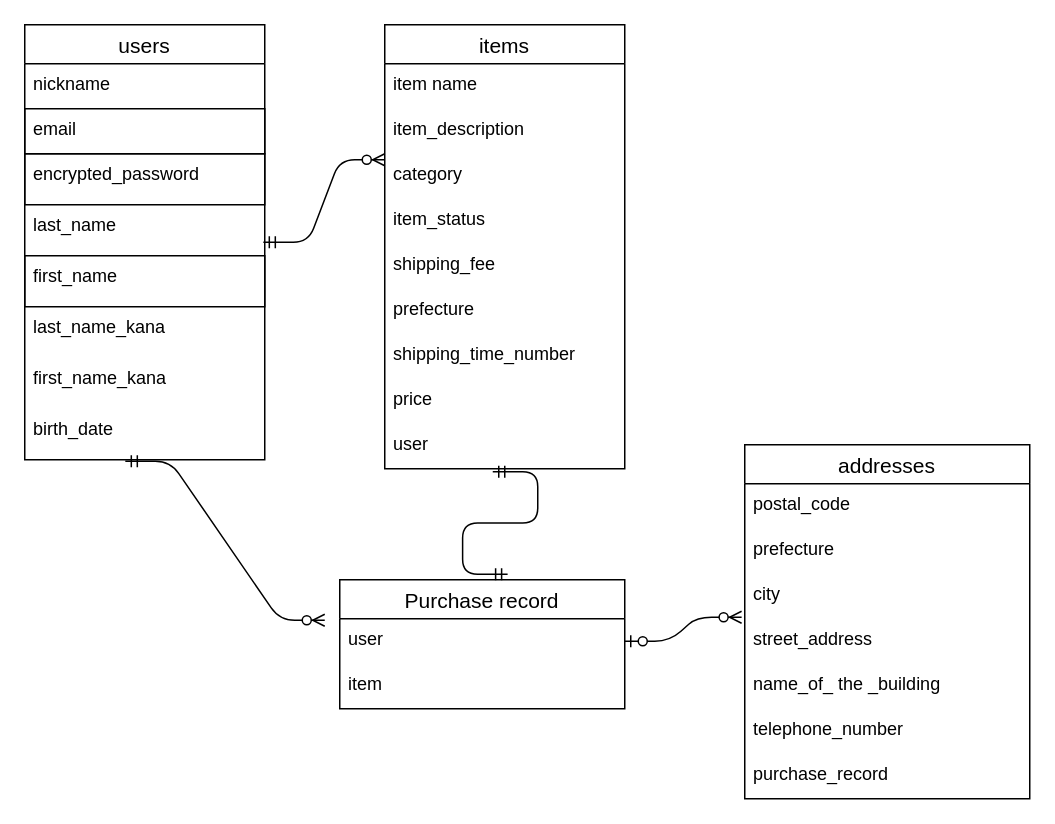
Above: furima.dio in TakumaYmamoto/furima-37828 (draw.io), before the change. Source tidied: cells renumbered, new cells numbered last; positions are measured from the earlier drawing's top-left corner, leaving out a move shared by most shapes. Both pictures are drawn from the tidied source at 150%, with x=0, y=0 at pixel (24, 24).
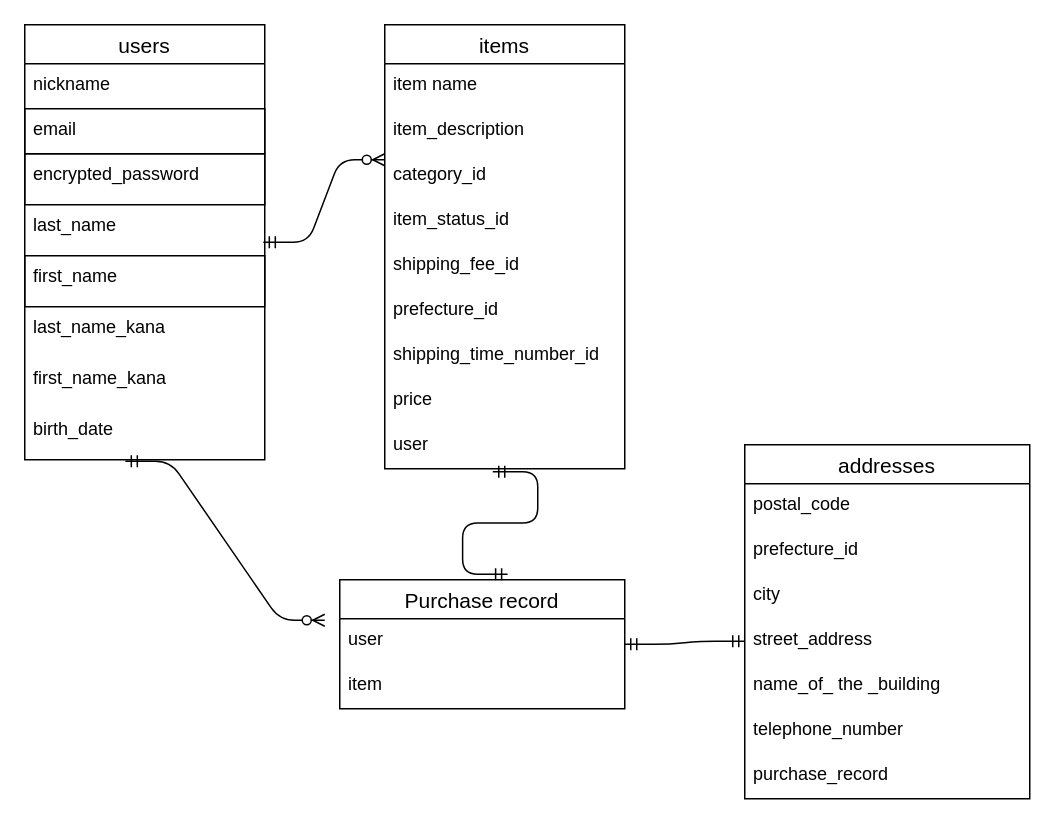
Above is the later version.

Unchanged cells that the change refers to:
```xml
<mxCell id="11" value="items" style="swimlane;fontStyle=0;horizontal=1;startSize=26;align=center;fontSize=14;" parent="1" vertex="1">
  <mxGeometry x="240" width="160" height="296" as="geometry" />
</mxCell>
<mxCell id="21" value="Purchase record" style="swimlane;fontStyle=0;horizontal=1;startSize=26;align=center;fontSize=14;strokeColor=default;strokeWidth=1;" parent="1" vertex="1">
  <mxGeometry x="210" y="370" width="190" height="86" as="geometry" />
</mxCell>
<mxCell id="22" value="user" style="text;strokeColor=none;fillColor=none;spacingLeft=4;spacingRight=4;overflow=hidden;points=[[0,0.5],[1,0.5]];portConstraint=eastwest;fontSize=12;" parent="21" vertex="1">
  <mxGeometry y="26" width="190" height="30" as="geometry" />
</mxCell>
<mxCell id="24" value="addresses" style="swimlane;fontStyle=0;horizontal=1;startSize=26;align=center;fontSize=14;strokeColor=default;strokeWidth=1;labelBackgroundColor=default;" parent="1" vertex="1">
  <mxGeometry x="480" y="280" width="190" height="236" as="geometry" />
</mxCell>
<mxCell id="28" value="street_address" style="text;strokeColor=none;fillColor=none;spacingLeft=4;spacingRight=4;overflow=hidden;points=[[0,0.5],[1,0.5]];portConstraint=eastwest;fontSize=12;" parent="24" vertex="1">
  <mxGeometry y="116" width="190" height="30" as="geometry" />
</mxCell>
```

What changed in the source:
```diff
@@
-    <mxCell id="14" value="category" style="text;strokeColor=none;fillColor=none;spacingLeft=4;spacingRight=4;overflow=hidden;points=[[0,0.5],[1,0.5]];portConstraint=eastwest;fontSize=12;" parent="11" vertex="1">
+    <mxCell id="14" value="category_id" style="text;strokeColor=none;fillColor=none;spacingLeft=4;spacingRight=4;overflow=hidden;points=[[0,0.5],[1,0.5]];portConstraint=eastwest;fontSize=12;" parent="11" vertex="1">
       <mxGeometry y="86" width="160" height="30" as="geometry" />
     </mxCell>
-    <mxCell id="15" value="item_status" style="text;strokeColor=none;fillColor=none;spacingLeft=4;spacingRight=4;overflow=hidden;fontSize=12;" parent="11" vertex="1">
+    <mxCell id="15" value="item_status_id" style="text;strokeColor=none;fillColor=none;spacingLeft=4;spacingRight=4;overflow=hidden;fontSize=12;" parent="11" vertex="1">
       <mxGeometry y="116" width="160" height="30" as="geometry" />
     </mxCell>
-    <mxCell id="16" value="shipping_fee" style="text;strokeColor=none;fillColor=none;spacingLeft=4;spacingRight=4;overflow=hidden;fontSize=12;" parent="11" vertex="1">
+    <mxCell id="16" value="shipping_fee_id" style="text;strokeColor=none;fillColor=none;spacingLeft=4;spacingRight=4;overflow=hidden;fontSize=12;" parent="11" vertex="1">
       <mxGeometry y="146" width="160" height="30" as="geometry" />
     </mxCell>
-    <mxCell id="17" value="prefecture" style="text;strokeColor=none;fillColor=none;spacingLeft=4;spacingRight=4;overflow=hidden;fontSize=12;align=left;" parent="11" vertex="1">
+    <mxCell id="17" value="prefecture_id" style="text;strokeColor=none;fillColor=none;spacingLeft=4;spacingRight=4;overflow=hidden;fontSize=12;align=left;" parent="11" vertex="1">
       <mxGeometry y="176" width="160" height="30" as="geometry" />
     </mxCell>
-    <mxCell id="18" value="shipping_time_number" style="text;strokeColor=none;fillColor=none;spacingLeft=4;spacingRight=4;overflow=hidden;fontSize=12;" parent="11" vertex="1">
+    <mxCell id="18" value="shipping_time_number_id" style="text;strokeColor=none;fillColor=none;spacingLeft=4;spacingRight=4;overflow=hidden;fontSize=12;" parent="11" vertex="1">
       <mxGeometry y="206" width="160" height="30" as="geometry" />
     </mxCell>
@@
-    <mxCell id="26" value="prefecture" style="text;strokeColor=none;fillColor=none;spacingLeft=4;spacingRight=4;overflow=hidden;fontSize=12;align=left;" parent="24" vertex="1">
+    <mxCell id="26" value="prefecture_id" style="text;strokeColor=none;fillColor=none;spacingLeft=4;spacingRight=4;overflow=hidden;fontSize=12;align=left;" parent="24" vertex="1">
       <mxGeometry y="56" width="190" height="30" as="geometry" />
     </mxCell>
@@
-    <mxCell id="35" style="edgeStyle=entityRelationEdgeStyle;fontSize=12;html=1;endArrow=ERzeroToMany;startArrow=ERzeroToOne;exitX=1;exitY=0.5;exitDx=0;exitDy=0;entryX=-0.011;entryY=-0.033;entryDx=0;entryDy=0;entryPerimeter=0;" parent="1" edge="1" source="22" target="28">
-      <mxGeometry relative="1" as="geometry" />
-    </mxCell>
+    <mxCell id="36" style="edgeStyle=entityRelationEdgeStyle;fontSize=12;html=1;endArrow=ERmandOne;startArrow=ERmandOne;exitX=1;exitY=0.5;exitDx=0;exitDy=0;entryX=0;entryY=0.5;entryDx=0;entryDy=0;" parent="1" edge="1" source="21" target="28">
+      <mxGeometry relative="1" as="geometry" />
+    </mxCell>
```
